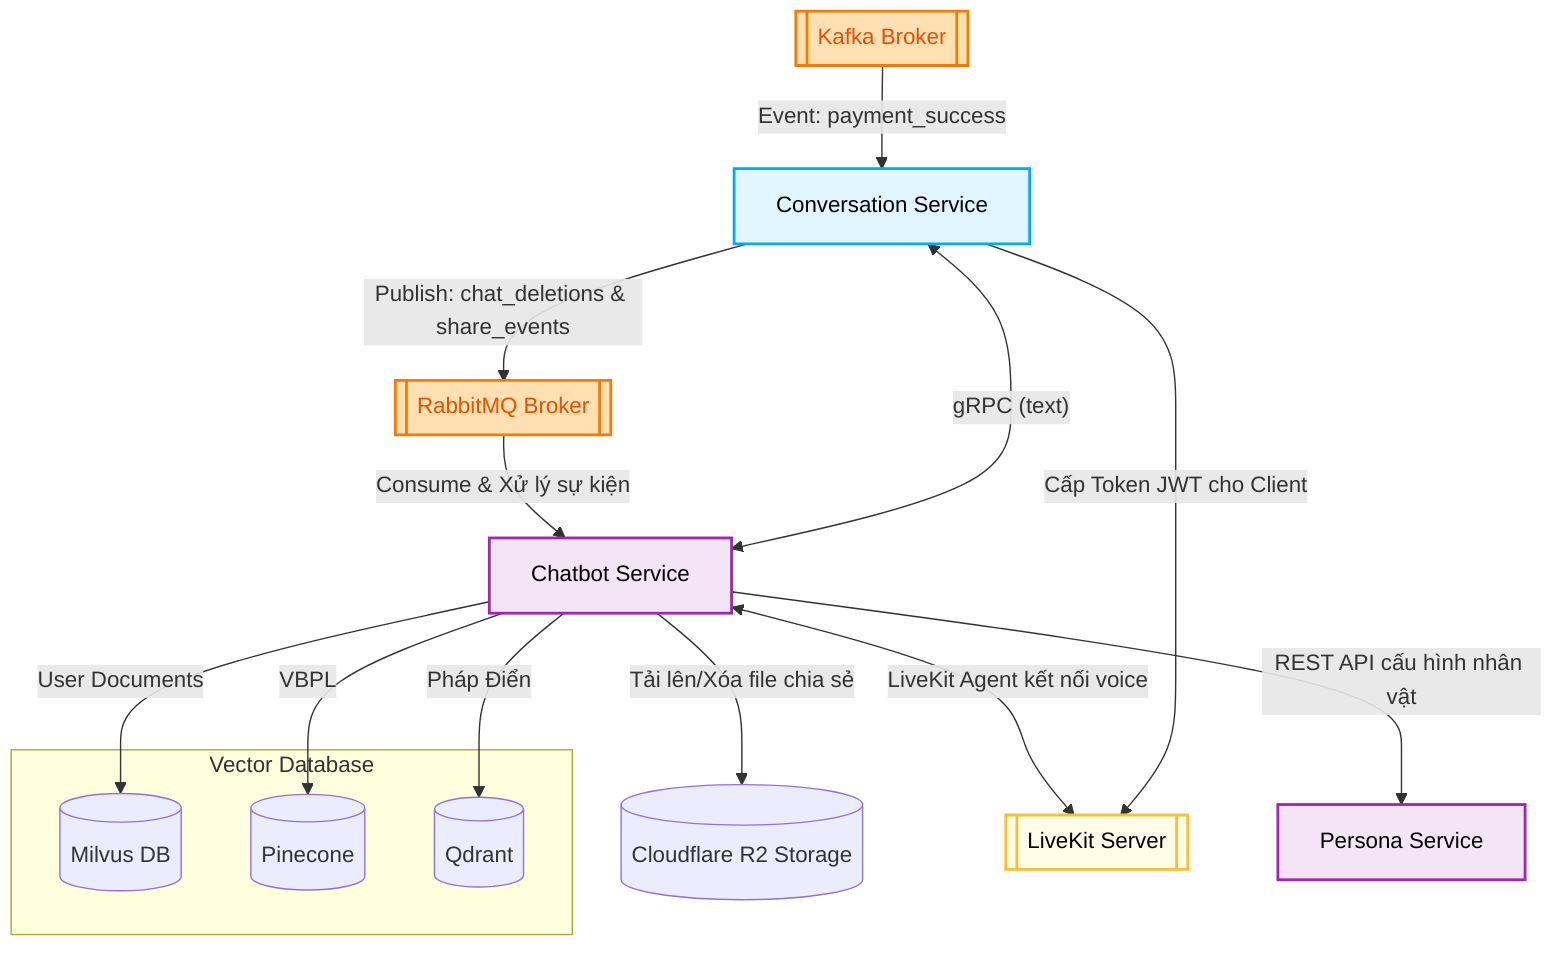
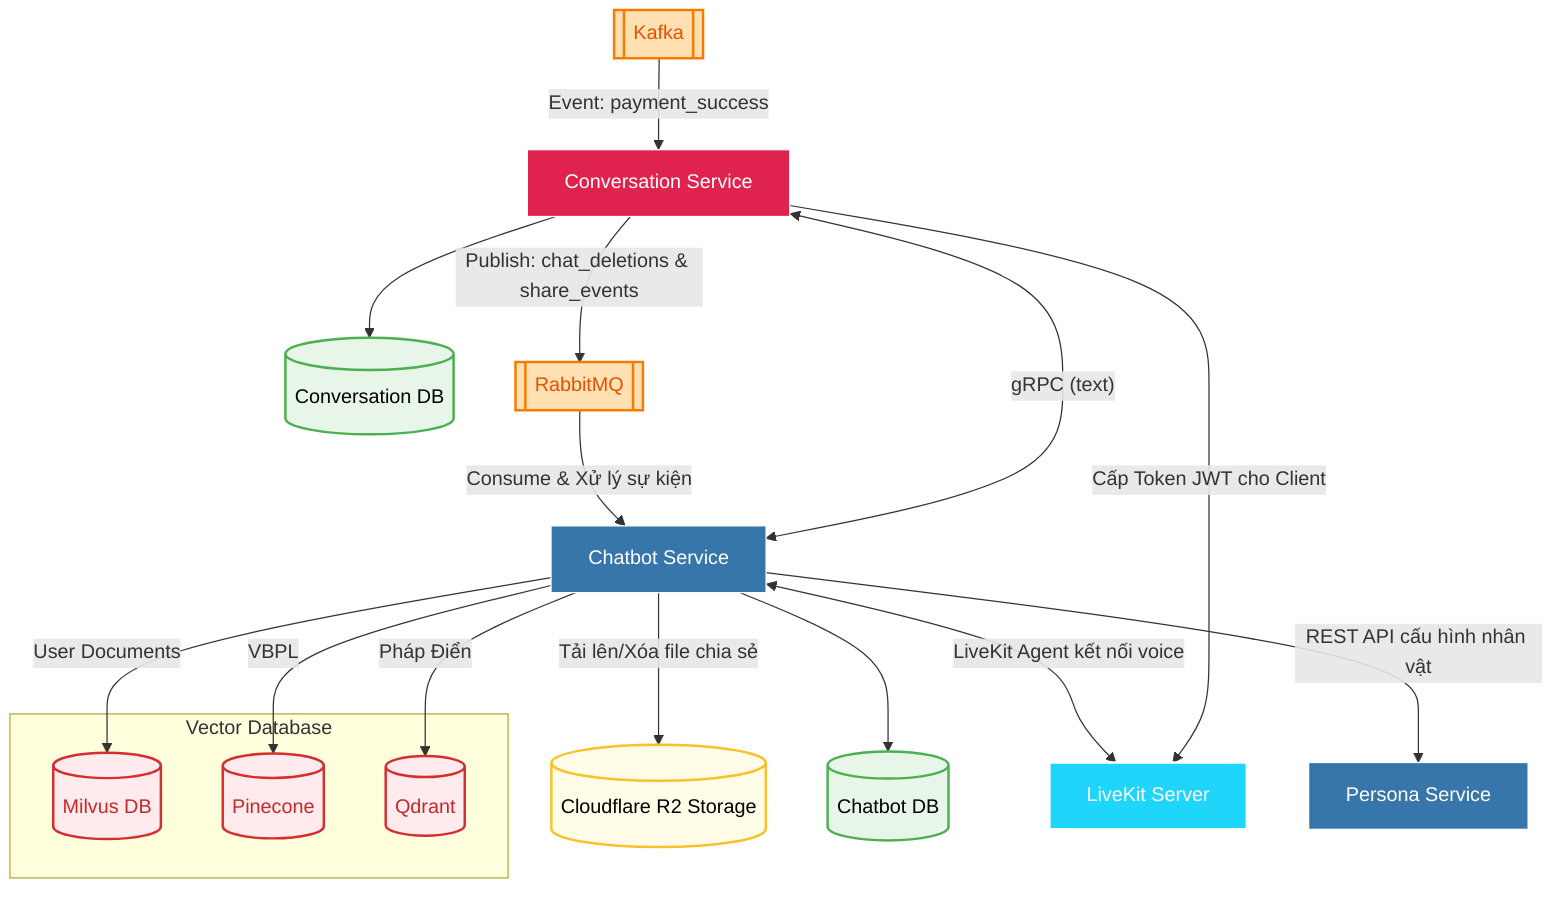
+ %% ==============================================================================
+ %% ==============================================================================
+ %% ==============================================================================
+ %% QUY ĐỊNH THỐNG NHẤT TRONG DỰ ÁN (Mermaid)

+ %% PHẦN TÀI LIỆU QUY ĐỊNH PHẢI GIỮ NGUYÊN Ở ĐẦU
+ %% PHẢI GIỮ ĐÚNG TÊN BIẾN, NẾU SƠ ĐỒ HIỆN TẠI KHÔNG ĐÚNG THÌ PHẢI SỬA LẠI
+ %% TRONG HỆ THỐNG CHỈ CÓ CONVERSATION VÀ PAYMENT LÀ internal_nest
+ %% KHI CÓ AI, LLM BÊN NGOÀI THÌ DÙNG external_service. Ví dụ: CloudflareAI(["Cloudflare Workers AI"]):::external_service

+ %% classDef external_service fill:#00a86b,stroke:#fff,stroke-width:1px,color:#fff
+ %% classDef internal_nest fill:#e0234e,stroke:#fff,stroke-width:1px,color:#fff
+ %% classDef internal_python fill:#3776ab,stroke:#fff,stroke-width:1px,color:#fff
+ 
+ %% classDef db_color fill:#e8f5e9,stroke:#4caf50,stroke-width:2px,color:#000
+ %% classDef vdb_color fill:#ffebee,stroke:#d32f2f,stroke-width:2px,color:#c62828
+ %% classDef file_db_color fill:#fffde7,stroke:#fbc02d,stroke-width:2px,color:#000
+ 
+ %% classDef client fill:#171717,stroke:#fff,stroke-width:2px,color:#fff
+ %% Client["Client (Next.js)"]:::client
+ %% classDef gateway fill:#003459,stroke:#fff,stroke-width:2px,color:#fff
+ %% Kong["Kong API Gateway"]:::gateway
+ 
+ %% classDef queue_color fill:#ffe0b2,stroke:#f57c00,stroke-width:2px,color:#e65100
+ %% Kafka[["Kafka"]]:::queue_color
+ %% RabbitMQ[["RabbitMQ"]]:::queue_color
+ 
+ %% style cache_color fill:#ffebee,stroke:#d32f2f,stroke-width:2px,color:#c62828
+ %% Redis[("Redis")]:::cache_color
+ 
+ %% classDef rtc fill:#1fd5f9,stroke:#fff,stroke-width:2px,color:#fff
+ %% LiveKit["LiveKit Server"]:::rtc
+ 
+ %% ==============================================================================
+ %% ==============================================================================
+ %% ==============================================================================

flowchart TD
- classDef nestColor fill:#e1f5fe,stroke:#03a9f4,stroke-width:2px,color:#000
- classDef fastapiColor fill:#f3e5f5,stroke:#9c27b0,stroke-width:2px,color:#000
- classDef dbColor fill:#ffebee,stroke:#d32f2f,stroke-width:2px,color:#c62828
- classDef vdbColor fill:#e8f5e9,stroke:#4caf50,stroke-width:2px,color:#000
- classDef thirdPartyColor fill:#fffde7,stroke:#fbc02d,stroke-width:2px,color:#000
- classDef queueColor fill:#ffe0b2,stroke:#f57c00,stroke-width:2px,color:#e65100
+ classDef external_service fill:#00a86b,stroke:#fff,stroke-width:1px,color:#fff
+ classDef internal_nest fill:#e0234e,stroke:#fff,stroke-width:1px,color:#fff
+ classDef internal_python fill:#3776ab,stroke:#fff,stroke-width:1px,color:#fff

+ classDef db_color fill:#e8f5e9,stroke:#4caf50,stroke-width:2px,color:#000
+ classDef vdb_color fill:#ffebee,stroke:#d32f2f,stroke-width:2px,color:#c62828
+ classDef file_db_color fill:#fffde7,stroke:#fbc02d,stroke-width:2px,color:#000

- R2Storage[(Cloudflare R2 Storage)]:::db
+ classDef queue_color fill:#ffe0b2,stroke:#f57c00,stroke-width:2px,color:#e65100
+ classDef rtc fill:#1fd5f9,stroke:#fff,stroke-width:2px,color:#fff
+ 
+ %% ==============================================================================
+ 
+ %% Khai báo node Storage & DBs
+ R2Storage[(Cloudflare R2 Storage)]:::file_db_color
+ ChatbotDB[(Chatbot DB)]:::db_color
+ ConvDB[(Conversation DB)]:::db_color

subgraph VectorDBs [Vector Database]
- Milvus[(Milvus DB)]:::vdb
- Pinecone[(Pinecone)]:::vdb
- Qdrant[(Qdrant)]:::vdb
+ Milvus[(Milvus DB)]:::vdb_color
+ Pinecone[(Pinecone)]:::vdb_color
+ Qdrant[(Qdrant)]:::vdb_color
end

- Kafka[["Kafka Broker"]]:::queueColor
- Livekit[["LiveKit Server"]]:::thirdPartyColor
- PersonaService["Persona Service"]:::fastapiColor
+ %% Khai báo node Queue & RTC chuẩn xác
+ Kafka[["Kafka"]]:::queue_color
+ RabbitMQ[["RabbitMQ"]]:::queue_color
+ LiveKit["LiveKit Server"]:::rtc

- ConvService["Conversation Service"]:::nestColor
- ChatbotService["Chatbot Service"]:::fastapiColor
+ %% Các Service Python
+ PersonaService["Persona Service"]:::internal_python
+ ChatbotService["Chatbot Service"]:::internal_python

- RabbitMQ[["RabbitMQ Broker"]]:::queueColor
+ %% Service NestJS (Chỉ Conversation & Payment được dùng internal_nest)
+ ConvService["Conversation Service"]:::internal_nest

- 
- 
+ %% Các liên kết luồng dữ liệu
Kafka -->|"Event: payment_success"| ConvService
ConvService <-->|"gRPC (text)"| ChatbotService

- 
- 
ConvService -->|"Publish: chat_deletions & share_events"| RabbitMQ

- 
- 
- ConvService -->|"Cấp Token JWT cho Client"| Livekit
+ ConvService -->|"Cấp Token JWT cho Client"| LiveKit
ChatbotService -->|"REST API cấu hình nhân vật"| PersonaService
- ChatbotService <-->|"LiveKit Agent kết nối voice"| Livekit
+ ChatbotService <-->|"LiveKit Agent kết nối voice"| LiveKit

ChatbotService -->|"User Documents"| Milvus
ChatbotService -->|"VBPL"| Pinecone
ChatbotService -->|"Pháp Điển"| Qdrant

- 
- 
RabbitMQ -->|"Consume & Xử lý sự kiện"| ChatbotService
ChatbotService -->|"Tải lên/Xóa file chia sẻ"| R2Storage
+ ChatbotService --> ChatbotDB
+ ConvService --> ConvDB
